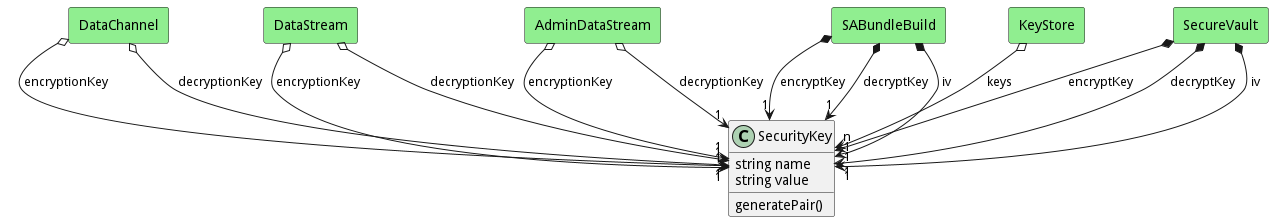
This is docs/sabr/sa/models/securitykey/logical.png from madajaju/sabr, a PlantUML export, as it was before one commit.
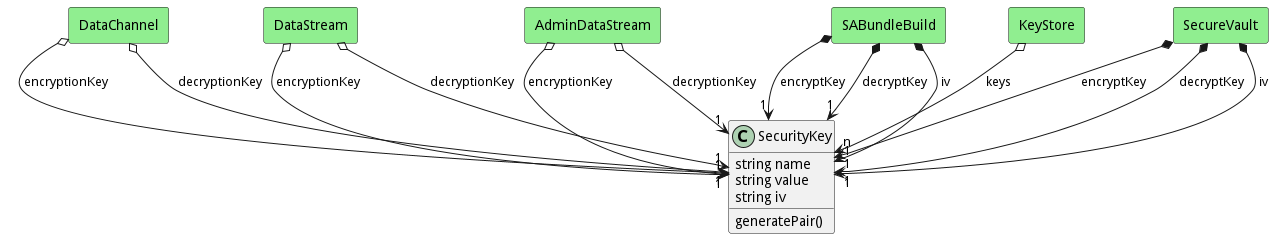
The same diagram one commit later.

Diff of the diagram source:
```diff
@@ -3,6 +3,7 @@
 class "SecurityKey" as Model {
  string name
  string value
+ string iv
 
  generatePair()
 
```
